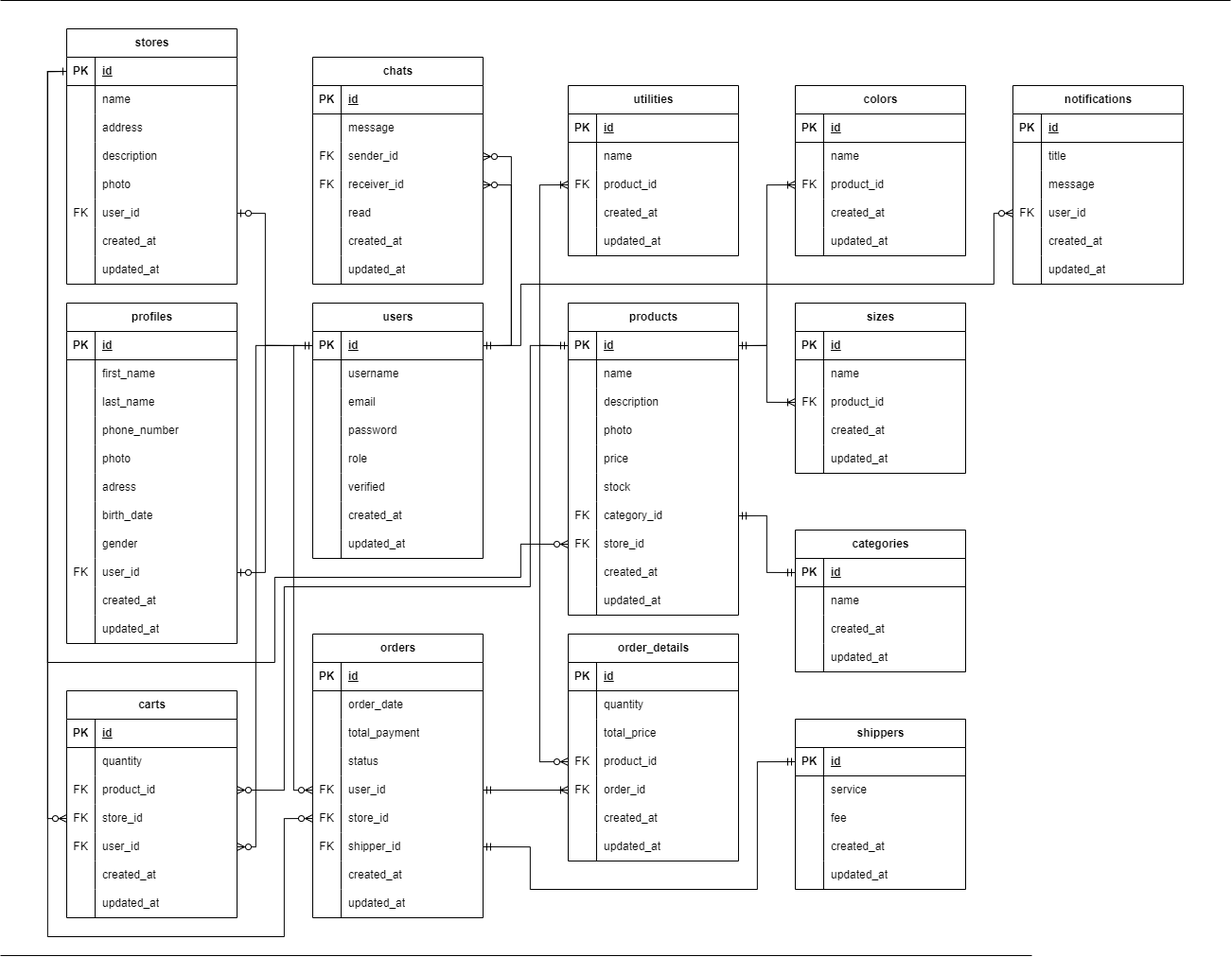
Earlier version of the draw.io export server/assets/clothing-market.drawio.png (ikhsanapriliano/clothing-market). Source tidied: cells renumbered, new cells last; positions are measured from the earlier drawing's top-left corner, leaving out a move shared by most shapes.
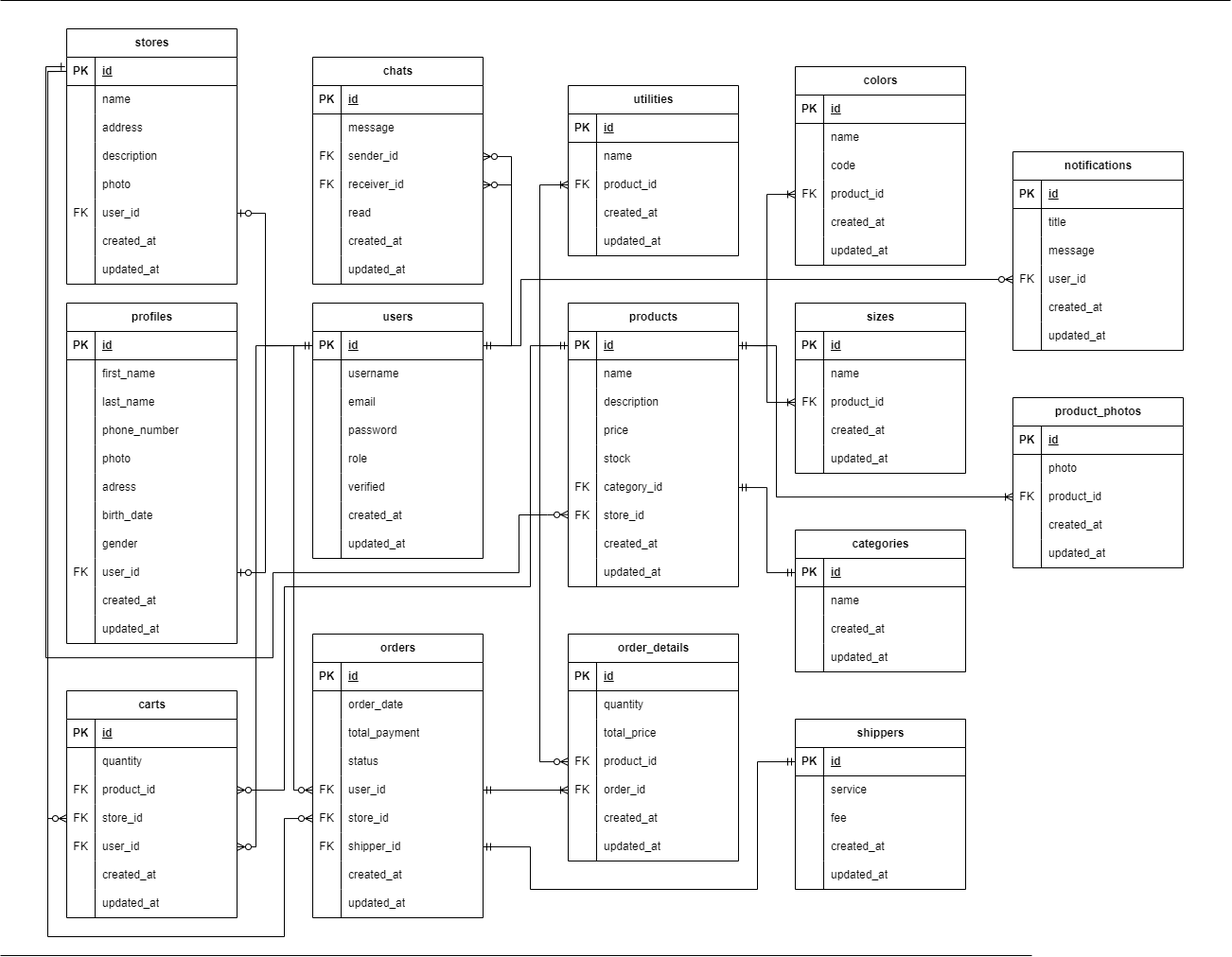
The same diagram one commit later.

The edit, as a diff of the source:
```diff
@@ -180,7 +180,7 @@
       <mxGeometry x="30" width="150" height="30" as="geometry" />
     </mxCell>
     <mxCell id="61" value="products" style="shape=table;startSize=30;rowLines=0;fontStyle=1;align=center;html=1;" parent="1" vertex="1">
-      <mxGeometry x="600" y="320" width="180" height="330" as="geometry" />
+      <mxGeometry x="600" y="320" width="180" height="300" as="geometry" />
     </mxCell>
     <mxCell id="62" style="shape=tableRow;horizontal=0;startSize=0;swimlaneHead=0;swimlaneBody=0;fillColor=none;points=[[0,0.5],[1,0.5]];portConstraint=eastwest;top=0;left=0;right=0;bottom=1;" parent="61" vertex="1">
       <mxGeometry y="30" width="180" height="30" as="geometry" />
@@ -209,17 +209,8 @@
     <mxCell id="70" value="description" style="shape=partialRectangle;fillColor=none;top=0;left=0;bottom=0;right=0;align=left;spacingLeft=6;overflow=hidden;whiteSpace=wrap;html=1;" parent="68" vertex="1">
       <mxGeometry x="30" width="150" height="30" as="geometry" />
     </mxCell>
-    <mxCell id="71" style="shape=tableRow;horizontal=0;startSize=0;swimlaneHead=0;swimlaneBody=0;fillColor=none;top=0;left=0;right=0;bottom=0;" parent="61" vertex="1">
-      <mxGeometry y="120" width="180" height="30" as="geometry" />
-    </mxCell>
-    <mxCell id="72" style="shape=partialRectangle;fillColor=none;top=0;left=0;bottom=0;right=0;overflow=hidden;whiteSpace=wrap;html=1;" parent="71" vertex="1">
-      <mxGeometry width="30" height="30" as="geometry" />
-    </mxCell>
-    <mxCell id="73" value="photo" style="shape=partialRectangle;fillColor=none;top=0;left=0;bottom=0;right=0;align=left;spacingLeft=6;overflow=hidden;whiteSpace=wrap;html=1;" parent="71" vertex="1">
-      <mxGeometry x="30" width="150" height="30" as="geometry" />
-    </mxCell>
     <mxCell id="74" style="shape=tableRow;horizontal=0;startSize=0;swimlaneHead=0;swimlaneBody=0;fillColor=none;top=0;left=0;right=0;bottom=0;" parent="61" vertex="1">
-      <mxGeometry y="150" width="180" height="30" as="geometry" />
+      <mxGeometry y="120" width="180" height="30" as="geometry" />
     </mxCell>
     <mxCell id="75" style="shape=partialRectangle;fillColor=none;top=0;left=0;bottom=0;right=0;overflow=hidden;whiteSpace=wrap;html=1;" parent="74" vertex="1">
       <mxGeometry width="30" height="30" as="geometry" />
@@ -228,7 +219,7 @@
       <mxGeometry x="30" width="150" height="30" as="geometry" />
     </mxCell>
     <mxCell id="77" style="shape=tableRow;horizontal=0;startSize=0;swimlaneHead=0;swimlaneBody=0;fillColor=none;top=0;left=0;right=0;bottom=0;" parent="61" vertex="1">
-      <mxGeometry y="180" width="180" height="30" as="geometry" />
+      <mxGeometry y="150" width="180" height="30" as="geometry" />
     </mxCell>
     <mxCell id="78" style="shape=partialRectangle;fillColor=none;top=0;left=0;bottom=0;right=0;overflow=hidden;whiteSpace=wrap;html=1;" parent="77" vertex="1">
       <mxGeometry width="30" height="30" as="geometry" />
@@ -237,7 +228,7 @@
       <mxGeometry x="30" width="150" height="30" as="geometry" />
     </mxCell>
     <mxCell id="80" style="shape=tableRow;horizontal=0;startSize=0;swimlaneHead=0;swimlaneBody=0;fillColor=none;points=[[0,0.5],[1,0.5]];portConstraint=eastwest;top=0;left=0;right=0;bottom=0;" parent="61" vertex="1">
-      <mxGeometry y="210" width="180" height="30" as="geometry" />
+      <mxGeometry y="180" width="180" height="30" as="geometry" />
     </mxCell>
     <mxCell id="81" value="FK" style="shape=partialRectangle;fillColor=none;top=0;left=0;bottom=0;right=0;overflow=hidden;whiteSpace=wrap;html=1;" parent="80" vertex="1">
       <mxGeometry width="30" height="30" as="geometry" />
@@ -246,7 +237,7 @@
       <mxGeometry x="30" width="150" height="30" as="geometry" />
     </mxCell>
     <mxCell id="83" style="shape=tableRow;horizontal=0;startSize=0;swimlaneHead=0;swimlaneBody=0;fillColor=none;points=[[0,0.5],[1,0.5]];portConstraint=eastwest;top=0;left=0;right=0;bottom=0;" parent="61" vertex="1">
-      <mxGeometry y="240" width="180" height="30" as="geometry" />
+      <mxGeometry y="210" width="180" height="30" as="geometry" />
     </mxCell>
     <mxCell id="84" value="FK" style="shape=partialRectangle;fillColor=none;top=0;left=0;bottom=0;right=0;overflow=hidden;whiteSpace=wrap;html=1;" parent="83" vertex="1">
       <mxGeometry width="30" height="30" as="geometry" />
@@ -255,7 +246,7 @@
       <mxGeometry x="30" width="150" height="30" as="geometry" />
     </mxCell>
     <mxCell id="86" style="shape=tableRow;horizontal=0;startSize=0;swimlaneHead=0;swimlaneBody=0;fillColor=none;top=0;left=0;right=0;bottom=0;" parent="61" vertex="1">
-      <mxGeometry y="270" width="180" height="30" as="geometry" />
+      <mxGeometry y="240" width="180" height="30" as="geometry" />
     </mxCell>
     <mxCell id="87" style="shape=partialRectangle;fillColor=none;top=0;left=0;bottom=0;right=0;overflow=hidden;whiteSpace=wrap;html=1;" parent="86" vertex="1">
       <mxGeometry width="30" height="30" as="geometry" />
@@ -264,7 +255,7 @@
       <mxGeometry x="30" width="150" height="30" as="geometry" />
     </mxCell>
     <mxCell id="89" style="shape=tableRow;horizontal=0;startSize=0;swimlaneHead=0;swimlaneBody=0;fillColor=none;top=0;left=0;right=0;bottom=0;" parent="61" vertex="1">
-      <mxGeometry y="300" width="180" height="30" as="geometry" />
+      <mxGeometry y="270" width="180" height="30" as="geometry" />
     </mxCell>
     <mxCell id="90" style="shape=partialRectangle;fillColor=none;top=0;left=0;bottom=0;right=0;overflow=hidden;whiteSpace=wrap;html=1;" parent="89" vertex="1">
       <mxGeometry width="30" height="30" as="geometry" />
@@ -644,7 +635,7 @@
       </mxGeometry>
     </mxCell>
     <mxCell id="203" value="colors" style="shape=table;startSize=30;rowLines=0;fontStyle=1;align=center;html=1;" parent="1" vertex="1">
-      <mxGeometry x="840" y="90" width="180" height="180" as="geometry" />
+      <mxGeometry x="840" y="70" width="180" height="210" as="geometry" />
     </mxCell>
     <mxCell id="204" style="shape=tableRow;horizontal=0;startSize=0;swimlaneHead=0;swimlaneBody=0;fillColor=none;top=0;left=0;right=0;bottom=1;" parent="203" vertex="1">
       <mxGeometry y="30" width="180" height="30" as="geometry" />
@@ -664,8 +655,17 @@
     <mxCell id="209" value="name" style="shape=partialRectangle;fillColor=none;top=0;left=0;bottom=0;right=0;align=left;spacingLeft=6;overflow=hidden;whiteSpace=wrap;html=1;" parent="207" vertex="1">
       <mxGeometry x="30" width="150" height="30" as="geometry" />
     </mxCell>
+    <mxCell id="327" style="shape=tableRow;horizontal=0;startSize=0;swimlaneHead=0;swimlaneBody=0;fillColor=none;top=0;left=0;right=0;bottom=0;" parent="203" vertex="1">
+      <mxGeometry y="90" width="180" height="30" as="geometry" />
+    </mxCell>
+    <mxCell id="328" style="shape=partialRectangle;fillColor=none;top=0;left=0;bottom=0;right=0;overflow=hidden;whiteSpace=wrap;html=1;" parent="327" vertex="1">
+      <mxGeometry width="30" height="30" as="geometry" />
+    </mxCell>
+    <mxCell id="329" value="code" style="shape=partialRectangle;fillColor=none;top=0;left=0;bottom=0;right=0;align=left;spacingLeft=6;overflow=hidden;whiteSpace=wrap;html=1;" parent="327" vertex="1">
+      <mxGeometry x="30" width="150" height="30" as="geometry" />
+    </mxCell>
     <mxCell id="210" style="shape=tableRow;horizontal=0;startSize=0;swimlaneHead=0;swimlaneBody=0;fillColor=none;points=[[0,0.5],[1,0.5]];portConstraint=eastwest;top=0;left=0;right=0;bottom=0;" parent="203" vertex="1">
-      <mxGeometry y="90" width="180" height="30" as="geometry" />
+      <mxGeometry y="120" width="180" height="30" as="geometry" />
     </mxCell>
     <mxCell id="211" value="FK" style="shape=partialRectangle;fillColor=none;top=0;left=0;bottom=0;right=0;overflow=hidden;whiteSpace=wrap;html=1;" parent="210" vertex="1">
       <mxGeometry width="30" height="30" as="geometry" />
@@ -674,7 +674,7 @@
       <mxGeometry x="30" width="150" height="30" as="geometry" />
     </mxCell>
     <mxCell id="213" style="shape=tableRow;horizontal=0;startSize=0;swimlaneHead=0;swimlaneBody=0;fillColor=none;top=0;left=0;right=0;bottom=0;" parent="203" vertex="1">
-      <mxGeometry y="120" width="180" height="30" as="geometry" />
+      <mxGeometry y="150" width="180" height="30" as="geometry" />
     </mxCell>
     <mxCell id="214" style="shape=partialRectangle;fillColor=none;top=0;left=0;bottom=0;right=0;overflow=hidden;whiteSpace=wrap;html=1;" parent="213" vertex="1">
       <mxGeometry width="30" height="30" as="geometry" />
@@ -683,7 +683,7 @@
       <mxGeometry x="30" width="150" height="30" as="geometry" />
     </mxCell>
     <mxCell id="216" style="shape=tableRow;horizontal=0;startSize=0;swimlaneHead=0;swimlaneBody=0;fillColor=none;top=0;left=0;right=0;bottom=0;" parent="203" vertex="1">
-      <mxGeometry y="150" width="180" height="30" as="geometry" />
+      <mxGeometry y="180" width="180" height="30" as="geometry" />
     </mxCell>
     <mxCell id="217" style="shape=partialRectangle;fillColor=none;top=0;left=0;bottom=0;right=0;overflow=hidden;whiteSpace=wrap;html=1;" parent="216" vertex="1">
       <mxGeometry width="30" height="30" as="geometry" />
@@ -884,15 +884,18 @@
         </Array>
       </mxGeometry>
     </mxCell>
-    <mxCell id="280" style="edgeStyle=orthogonalEdgeStyle;rounded=0;jettySize=auto;html=1;exitX=0;exitY=0.5;exitDx=0;exitDy=0;entryX=0;entryY=0.5;entryDx=0;entryDy=0;endArrow=ERzeroToMany;endFill=0;startArrow=ERone;startFill=0;" parent="1" edge="1" source="255" target="83">
+    <mxCell id="280" style="edgeStyle=orthogonalEdgeStyle;rounded=0;orthogonalLoop=1;jettySize=auto;html=1;exitX=0;exitY=0.5;exitDx=0;exitDy=0;endArrow=ERzeroToMany;endFill=0;startArrow=ERone;startFill=0;entryX=0.01;entryY=0.622;entryDx=0;entryDy=0;entryPerimeter=0;" parent="1" edge="1">
       <mxGeometry relative="1" as="geometry">
+        <mxPoint x="68.2" y="70" as="sourcePoint" />
+        <mxPoint x="600" y="543.7" as="targetPoint" />
         <Array as="points">
-          <mxPoint x="50" y="75" />
-          <mxPoint x="50" y="700" />
-          <mxPoint x="290" y="700" />
-          <mxPoint x="290" y="610" />
-          <mxPoint x="550" y="610" />
-          <mxPoint x="550" y="575" />
+          <mxPoint x="48" y="70" />
+          <mxPoint x="48" y="695" />
+          <mxPoint x="288" y="695" />
+          <mxPoint x="288" y="605" />
+          <mxPoint x="548" y="605" />
+          <mxPoint x="548" y="544" />
+          <mxPoint x="578" y="544" />
         </Array>
       </mxGeometry>
     </mxCell>
@@ -994,7 +997,7 @@
       </mxGeometry>
     </mxCell>
     <mxCell id="307" value="notifications" style="shape=table;startSize=30;rowLines=0;fontStyle=1;align=center;html=1;" parent="1" vertex="1">
-      <mxGeometry x="1070" y="90" width="180" height="210" as="geometry" />
+      <mxGeometry x="1070" y="160" width="180" height="210" as="geometry" />
     </mxCell>
     <mxCell id="308" style="shape=tableRow;horizontal=0;startSize=0;swimlaneHead=0;swimlaneBody=0;fillColor=none;top=0;left=0;right=0;bottom=1;" parent="307" vertex="1">
       <mxGeometry y="30" width="180" height="30" as="geometry" />
@@ -1050,15 +1053,69 @@
     <mxCell id="325" value="updated_at" style="shape=partialRectangle;fillColor=none;top=0;left=0;bottom=0;right=0;align=left;spacingLeft=6;overflow=hidden;whiteSpace=wrap;html=1;" parent="323" vertex="1">
       <mxGeometry x="30" width="150" height="30" as="geometry" />
     </mxCell>
-    <mxCell id="326" style="edgeStyle=orthogonalEdgeStyle;rounded=0;jettySize=auto;html=1;exitX=1;exitY=0.5;exitDx=0;exitDy=0;entryX=0;entryY=0.5;entryDx=0;entryDy=0;endArrow=ERzeroToMany;endFill=0;" parent="1" edge="1" source="3" target="317">
+    <mxCell id="326" style="edgeStyle=orthogonalEdgeStyle;rounded=0;jettySize=auto;html=1;exitX=1;exitY=0.5;exitDx=0;exitDy=0;endArrow=ERzeroToMany;endFill=0;entryX=0;entryY=0.5;entryDx=0;entryDy=0;" parent="1" edge="1" source="3" target="317">
       <mxGeometry relative="1" as="geometry">
         <Array as="points">
           <mxPoint x="550" y="365" />
-          <mxPoint x="550" y="300" />
-          <mxPoint x="1050" y="300" />
-          <mxPoint x="1050" y="225" />
+          <mxPoint x="550" y="295" />
         </Array>
       </mxGeometry>
     </mxCell>
+    <mxCell id="330" value="product_photos" style="shape=table;startSize=30;rowLines=0;fontStyle=1;align=center;html=1;" parent="1" vertex="1">
+      <mxGeometry x="1070" y="420" width="180" height="180" as="geometry" />
+    </mxCell>
+    <mxCell id="331" style="shape=tableRow;horizontal=0;startSize=0;swimlaneHead=0;swimlaneBody=0;fillColor=none;top=0;left=0;right=0;bottom=1;" parent="330" vertex="1">
+      <mxGeometry y="30" width="180" height="30" as="geometry" />
+    </mxCell>
+    <mxCell id="332" value="PK" style="shape=partialRectangle;fillColor=none;top=0;left=0;bottom=0;right=0;fontStyle=1;overflow=hidden;whiteSpace=wrap;html=1;" parent="331" vertex="1">
+      <mxGeometry width="30" height="30" as="geometry" />
+    </mxCell>
+    <mxCell id="333" value="id" style="shape=partialRectangle;fillColor=none;top=0;left=0;bottom=0;right=0;align=left;spacingLeft=6;fontStyle=5;overflow=hidden;whiteSpace=wrap;html=1;" parent="331" vertex="1">
+      <mxGeometry x="30" width="150" height="30" as="geometry" />
+    </mxCell>
+    <mxCell id="334" style="shape=tableRow;horizontal=0;startSize=0;swimlaneHead=0;swimlaneBody=0;fillColor=none;top=0;left=0;right=0;bottom=0;" parent="330" vertex="1">
+      <mxGeometry y="60" width="180" height="30" as="geometry" />
+    </mxCell>
+    <mxCell id="335" style="shape=partialRectangle;fillColor=none;top=0;left=0;bottom=0;right=0;overflow=hidden;whiteSpace=wrap;html=1;" parent="334" vertex="1">
+      <mxGeometry width="30" height="30" as="geometry" />
+    </mxCell>
+    <mxCell id="73" value="photo" style="shape=partialRectangle;fillColor=none;top=0;left=0;bottom=0;right=0;align=left;spacingLeft=6;overflow=hidden;whiteSpace=wrap;html=1;" parent="334" vertex="1">
+      <mxGeometry x="30" width="150" height="30" as="geometry" />
+    </mxCell>
+    <mxCell id="336" style="shape=tableRow;horizontal=0;startSize=0;swimlaneHead=0;swimlaneBody=0;fillColor=none;points=[[0,0.5],[1,0.5]];portConstraint=eastwest;top=0;left=0;right=0;bottom=0;" parent="330" vertex="1">
+      <mxGeometry y="90" width="180" height="30" as="geometry" />
+    </mxCell>
+    <mxCell id="337" value="FK" style="shape=partialRectangle;fillColor=none;top=0;left=0;bottom=0;right=0;overflow=hidden;whiteSpace=wrap;html=1;" parent="336" vertex="1">
+      <mxGeometry width="30" height="30" as="geometry" />
+    </mxCell>
+    <mxCell id="338" value="product_id" style="shape=partialRectangle;fillColor=none;top=0;left=0;bottom=0;right=0;align=left;spacingLeft=6;overflow=hidden;whiteSpace=wrap;html=1;" parent="336" vertex="1">
+      <mxGeometry x="30" width="150" height="30" as="geometry" />
+    </mxCell>
+    <mxCell id="71" style="shape=tableRow;horizontal=0;startSize=0;swimlaneHead=0;swimlaneBody=0;fillColor=none;top=0;left=0;right=0;bottom=0;" parent="330" vertex="1">
+      <mxGeometry y="120" width="180" height="30" as="geometry" />
+    </mxCell>
+    <mxCell id="339" style="shape=partialRectangle;fillColor=none;top=0;left=0;bottom=0;right=0;overflow=hidden;whiteSpace=wrap;html=1;" parent="71" vertex="1">
+      <mxGeometry width="30" height="30" as="geometry" />
+    </mxCell>
+    <mxCell id="340" value="created_at" style="shape=partialRectangle;fillColor=none;top=0;left=0;bottom=0;right=0;align=left;spacingLeft=6;overflow=hidden;whiteSpace=wrap;html=1;" parent="71" vertex="1">
+      <mxGeometry x="30" width="150" height="30" as="geometry" />
+    </mxCell>
+    <mxCell id="341" style="shape=tableRow;horizontal=0;startSize=0;swimlaneHead=0;swimlaneBody=0;fillColor=none;top=0;left=0;right=0;bottom=0;" parent="330" vertex="1">
+      <mxGeometry y="150" width="180" height="30" as="geometry" />
+    </mxCell>
+    <mxCell id="342" style="shape=partialRectangle;fillColor=none;top=0;left=0;bottom=0;right=0;overflow=hidden;whiteSpace=wrap;html=1;" parent="341" vertex="1">
+      <mxGeometry width="30" height="30" as="geometry" />
+    </mxCell>
+    <mxCell id="343" value="updated_at" style="shape=partialRectangle;fillColor=none;top=0;left=0;bottom=0;right=0;align=left;spacingLeft=6;overflow=hidden;whiteSpace=wrap;html=1;" parent="341" vertex="1">
+      <mxGeometry x="30" width="150" height="30" as="geometry" />
+    </mxCell>
+    <mxCell id="344" style="edgeStyle=orthogonalEdgeStyle;rounded=0;jettySize=auto;html=1;exitX=1;exitY=0.5;exitDx=0;exitDy=0;entryX=0;entryY=0.5;entryDx=0;entryDy=0;endArrow=ERoneToMany;endFill=0;" parent="1" edge="1" source="62" target="336">
+      <mxGeometry relative="1" as="geometry">
+        <Array as="points">
+          <mxPoint x="820" y="365" />
+          <mxPoint x="820" y="525" />
+        </Array>
+      </mxGeometry>
+    </mxCell>
   </root>
 </mxGraphModel>
```
